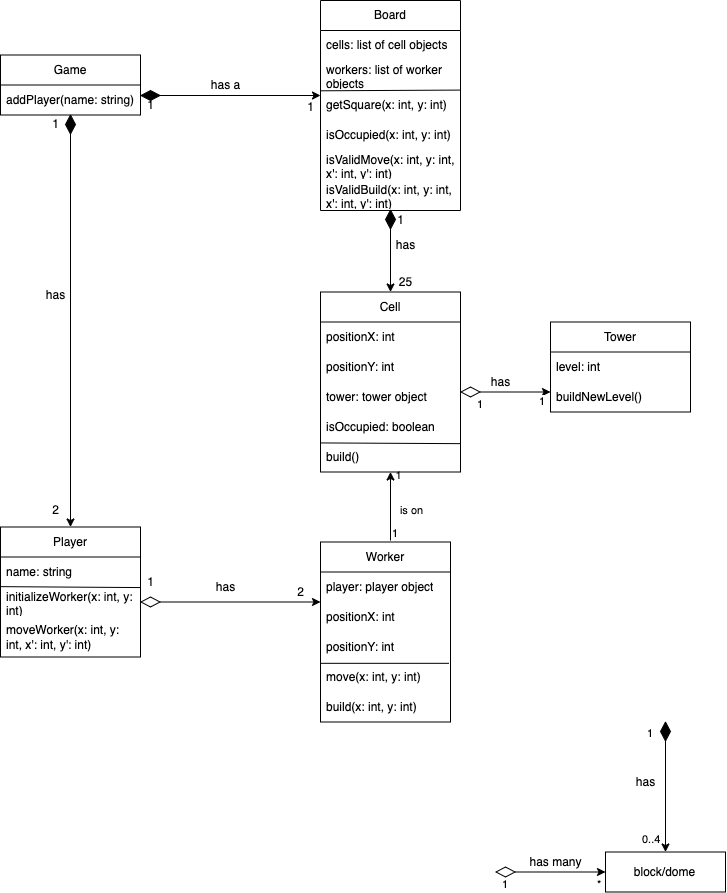
This is Object diagram.drawio.png from RozayC/test, a draw.io export, as it was before one commit. Source tidied: cells renumbered, new cells last; positions are measured from the earlier drawing's top-left corner, leaving out a move shared by most shapes. Its diagram source:
```xml
<mxGraphModel>
  <root>
    <mxCell id="0" />
    <mxCell id="1" parent="0" />
    <mxCell id="2" style="endArrow=none;html=1;rounded=0;startArrow=none;" parent="1" edge="1">
      <mxGeometry relative="1" as="geometry">
        <mxPoint x="380" y="430.5" as="sourcePoint" />
        <mxPoint x="380" y="431.5" as="targetPoint" />
      </mxGeometry>
    </mxCell>
    <mxCell id="3" value="has a" style="text;html=1;align=center;verticalAlign=middle;fillColor=none;strokeColor=none;rounded=0;" parent="1" vertex="1">
      <mxGeometry x="200" y="70" width="50" height="30" as="geometry" />
    </mxCell>
    <mxCell id="4" value="has" style="text;html=1;align=center;verticalAlign=middle;fillColor=none;strokeColor=none;rounded=0;" parent="1" vertex="1">
      <mxGeometry x="385" y="229.5" width="40" height="30" as="geometry" />
    </mxCell>
    <mxCell id="5" value="has" style="text;html=1;align=center;verticalAlign=middle;fillColor=none;strokeColor=none;rounded=0;" parent="1" vertex="1">
      <mxGeometry x="205" y="571.5" width="40" height="30" as="geometry" />
    </mxCell>
    <mxCell id="6" value="has" style="text;html=1;align=center;verticalAlign=middle;fillColor=none;strokeColor=none;rounded=0;" parent="1" vertex="1">
      <mxGeometry x="35" y="279.5" width="40" height="30" as="geometry" />
    </mxCell>
    <mxCell id="7" value="1" style="text;html=1;align=center;verticalAlign=middle;fillColor=none;strokeColor=none;rounded=0;" parent="1" vertex="1">
      <mxGeometry x="45" y="113.5" width="20" height="20" as="geometry" />
    </mxCell>
    <mxCell id="8" value="2" style="text;html=1;align=center;verticalAlign=middle;fillColor=none;strokeColor=none;rounded=0;" parent="1" vertex="1">
      <mxGeometry x="45" y="500" width="20" height="20" as="geometry" />
    </mxCell>
    <mxCell id="9" value="1" style="text;html=1;align=center;verticalAlign=middle;fillColor=none;strokeColor=none;rounded=0;" parent="1" vertex="1">
      <mxGeometry x="140" y="572" width="20" height="20" as="geometry" />
    </mxCell>
    <mxCell id="10" value="2" style="text;html=1;align=center;verticalAlign=middle;fillColor=none;strokeColor=none;rounded=0;" parent="1" vertex="1">
      <mxGeometry x="290" y="581.5" width="20" height="20" as="geometry" />
    </mxCell>
    <mxCell id="11" value="1" style="text;html=1;align=center;verticalAlign=middle;fillColor=none;strokeColor=none;rounded=0;" parent="1" vertex="1">
      <mxGeometry x="390" y="209.5" width="20" height="20" as="geometry" />
    </mxCell>
    <mxCell id="12" value="25" style="text;html=1;align=center;verticalAlign=middle;fillColor=none;strokeColor=none;rounded=0;" parent="1" vertex="1">
      <mxGeometry x="390" y="271.5" width="30" height="20" as="geometry" />
    </mxCell>
    <mxCell id="13" value="1" style="text;html=1;align=center;verticalAlign=middle;fillColor=none;strokeColor=none;rounded=0;" parent="1" vertex="1">
      <mxGeometry x="140" y="95" width="20" height="20" as="geometry" />
    </mxCell>
    <mxCell id="14" value="1" style="text;html=1;align=center;verticalAlign=middle;fillColor=none;strokeColor=none;rounded=0;" parent="1" vertex="1">
      <mxGeometry x="300" y="97" width="20" height="20" as="geometry" />
    </mxCell>
    <mxCell id="15" style="endArrow=classic;html=1;rounded=0;" parent="1" edge="1" target="66">
      <mxGeometry relative="1" as="geometry">
        <mxPoint x="390" y="540" as="sourcePoint" />
      </mxGeometry>
    </mxCell>
    <mxCell id="16" value="is on" style="edgeLabel;html=1;align=center;verticalAlign=middle;" parent="15" vertex="1">
      <mxGeometry relative="1" as="geometry">
        <mxPoint x="20" y="4" as="offset" />
      </mxGeometry>
    </mxCell>
    <mxCell id="17" value="1" style="edgeLabel;html=1;align=left;verticalAlign=bottom;" parent="15" vertex="1">
      <mxGeometry x="-1" relative="1" as="geometry" />
    </mxCell>
    <mxCell id="18" value="1" style="edgeLabel;html=1;align=center;verticalAlign=middle;" parent="15" vertex="1">
      <mxGeometry x="0.88" y="4" relative="1" as="geometry">
        <mxPoint x="11" as="offset" />
      </mxGeometry>
    </mxCell>
    <mxCell id="19" style="edgeStyle=orthogonalEdgeStyle;rounded=0;jettySize=auto;html=1;entryX=0.5;entryY=0;entryDx=0;entryDy=0;fontSize=12;" parent="1" edge="1" source="20" target="66">
      <mxGeometry relative="1" as="geometry" />
    </mxCell>
    <mxCell id="20" style="rhombus;whiteSpace=wrap;html=1;fillColor=#000000;" parent="1" vertex="1">
      <mxGeometry x="385" y="209.5" width="10" height="19" as="geometry" />
    </mxCell>
    <mxCell id="21" style="edgeStyle=orthogonalEdgeStyle;rounded=0;jettySize=auto;html=1;" parent="1" edge="1" source="22" target="51">
      <mxGeometry relative="1" as="geometry">
        <Array as="points">
          <mxPoint x="370" y="601.5" />
          <mxPoint x="370" y="601.5" />
        </Array>
      </mxGeometry>
    </mxCell>
    <mxCell id="22" style="rhombus;whiteSpace=wrap;html=1;fillColor=#ffffff;rotation=90;" parent="1" vertex="1">
      <mxGeometry x="145" y="592" width="10" height="19" as="geometry" />
    </mxCell>
    <mxCell id="23" style="edgeStyle=orthogonalEdgeStyle;rounded=0;jettySize=auto;html=1;fontSize=12;" parent="1" edge="1" source="24" target="46">
      <mxGeometry relative="1" as="geometry" />
    </mxCell>
    <mxCell id="24" style="rhombus;whiteSpace=wrap;html=1;fillColor=#000000;" parent="1" vertex="1">
      <mxGeometry x="65" y="114.5" width="10" height="19" as="geometry" />
    </mxCell>
    <mxCell id="25" style="edgeStyle=orthogonalEdgeStyle;rounded=0;jettySize=auto;html=1;entryX=0;entryY=0.5;entryDx=0;entryDy=0;" parent="1" edge="1" source="26">
      <mxGeometry relative="1" as="geometry">
        <mxPoint x="320" y="95" as="targetPoint" />
      </mxGeometry>
    </mxCell>
    <mxCell id="26" style="rhombus;whiteSpace=wrap;html=1;fillColor=#000000;rotation=90;" parent="1" vertex="1">
      <mxGeometry x="145" y="85.5" width="10" height="19" as="geometry" />
    </mxCell>
    <mxCell id="27" style="edgeStyle=orthogonalEdgeStyle;rounded=0;jettySize=auto;html=1;entryX=0;entryY=0.5;entryDx=0;entryDy=0;" parent="1" edge="1" source="28">
      <mxGeometry relative="1" as="geometry">
        <mxPoint x="550" y="391.5" as="targetPoint" />
      </mxGeometry>
    </mxCell>
    <mxCell id="28" style="rhombus;whiteSpace=wrap;html=1;fillColor=#ffffff;rotation=90;" parent="1" vertex="1">
      <mxGeometry x="465" y="382" width="10" height="19" as="geometry" />
    </mxCell>
    <mxCell id="29" value="has" style="text;html=1;align=center;verticalAlign=middle;fillColor=none;strokeColor=none;rounded=0;" parent="1" vertex="1">
      <mxGeometry x="480" y="366.5" width="40" height="30" as="geometry" />
    </mxCell>
    <mxCell id="30" value="1" style="edgeLabel;html=1;align=left;verticalAlign=bottom;" parent="1" vertex="1">
      <mxGeometry x="475" y="411.5" as="geometry" />
    </mxCell>
    <mxCell id="31" value="1" style="edgeLabel;html=1;align=left;verticalAlign=bottom;" parent="1" vertex="1">
      <mxGeometry x="596" y="711" as="geometry">
        <mxPoint x="-59" y="-303" as="offset" />
      </mxGeometry>
    </mxCell>
    <mxCell id="32" style="edgeStyle=orthogonalEdgeStyle;rounded=0;jettySize=auto;html=1;entryX=0;entryY=0.5;entryDx=0;entryDy=0;" parent="1" edge="1" source="33" target="34">
      <mxGeometry relative="1" as="geometry" />
    </mxCell>
    <mxCell id="33" style="rhombus;whiteSpace=wrap;html=1;fillColor=#ffffff;rotation=90;" parent="1" vertex="1">
      <mxGeometry x="500" y="862" width="10" height="19" as="geometry" />
    </mxCell>
    <mxCell id="34" style="swimlane;startSize=0;" parent="1" vertex="1">
      <mxGeometry x="605" y="851.5" width="120" height="40" as="geometry" />
    </mxCell>
    <mxCell id="35" value="block/dome" style="text;html=1;align=center;verticalAlign=middle;strokeColor=none;fillColor=none;" parent="34" vertex="1">
      <mxGeometry x="19" y="5" width="80" height="30" as="geometry" />
    </mxCell>
    <mxCell id="36" value="has many" style="text;html=1;align=center;verticalAlign=middle;fillColor=none;strokeColor=none;rounded=0;" parent="1" vertex="1">
      <mxGeometry x="515" y="846.5" width="80" height="30" as="geometry" />
    </mxCell>
    <mxCell id="37" value="1" style="edgeLabel;html=1;align=left;verticalAlign=bottom;" parent="1" vertex="1">
      <mxGeometry x="500" y="891.5" as="geometry" />
    </mxCell>
    <mxCell id="38" value="*" style="edgeLabel;html=1;align=left;verticalAlign=bottom;" parent="1" vertex="1">
      <mxGeometry x="595" y="891.5" as="geometry" />
    </mxCell>
    <mxCell id="39" style="edgeStyle=orthogonalEdgeStyle;rounded=0;jettySize=auto;html=1;entryX=0.5;entryY=0;entryDx=0;entryDy=0;" parent="1" edge="1" source="40" target="34">
      <mxGeometry relative="1" as="geometry" />
    </mxCell>
    <mxCell id="40" style="rhombus;whiteSpace=wrap;html=1;fillColor=#000000;" parent="1" vertex="1">
      <mxGeometry x="660" y="721.5" width="10" height="19" as="geometry" />
    </mxCell>
    <mxCell id="41" value="1" style="edgeLabel;html=1;align=left;verticalAlign=bottom;" parent="1" vertex="1">
      <mxGeometry x="645" y="740.5" as="geometry" />
    </mxCell>
    <mxCell id="42" value="0..4" style="edgeLabel;html=1;align=left;verticalAlign=bottom;" parent="1" vertex="1">
      <mxGeometry x="640" y="846.5" as="geometry" />
    </mxCell>
    <mxCell id="43" value="has" style="text;html=1;align=center;verticalAlign=middle;fillColor=none;strokeColor=none;rounded=0;" parent="1" vertex="1">
      <mxGeometry x="625" y="766.5" width="40" height="30" as="geometry" />
    </mxCell>
    <mxCell id="44" value="Game" style="swimlane;fontStyle=0;horizontal=1;startSize=30;whiteSpace=wrap;html=1;" parent="1" vertex="1">
      <mxGeometry y="54.5" width="140" height="60" as="geometry" />
    </mxCell>
    <mxCell id="45" value="addPlayer(name: string)&lt;br&gt;" style="text;strokeColor=none;fillColor=none;align=left;verticalAlign=middle;spacingLeft=4;spacingRight=4;overflow=hidden;whiteSpace=wrap;html=1;" parent="44" vertex="1">
      <mxGeometry y="30" width="140" height="30" as="geometry" />
    </mxCell>
    <mxCell id="46" value="Player" style="swimlane;fontStyle=0;horizontal=1;startSize=30;whiteSpace=wrap;html=1;fontSize=12;" parent="1" vertex="1">
      <mxGeometry y="526.5" width="140" height="130" as="geometry" />
    </mxCell>
    <mxCell id="47" value="name: string" style="text;strokeColor=none;fillColor=none;align=left;verticalAlign=middle;spacingLeft=4;spacingRight=4;overflow=hidden;points=[[0,0.5],[1,0.5]];portConstraint=eastwest;whiteSpace=wrap;html=1;fontSize=12;" parent="46" vertex="1">
      <mxGeometry y="30" width="140" height="30" as="geometry" />
    </mxCell>
    <mxCell id="48" value="initializeWorker(x: int, y: int)" style="text;strokeColor=none;fillColor=none;align=left;verticalAlign=middle;spacingLeft=4;spacingRight=4;overflow=hidden;points=[[0,0.5],[1,0.5]];portConstraint=eastwest;whiteSpace=wrap;html=1;fontSize=12;" parent="46" vertex="1">
      <mxGeometry y="60" width="140" height="30" as="geometry" />
    </mxCell>
    <mxCell id="49" value="moveWorker(x: int, y: int, x': int, y': int)" style="text;strokeColor=none;fillColor=none;align=left;verticalAlign=middle;spacingLeft=4;spacingRight=4;overflow=hidden;whiteSpace=wrap;html=1;fontSize=12;" parent="46" vertex="1">
      <mxGeometry y="90" width="140" height="40" as="geometry" />
    </mxCell>
    <mxCell id="50" style="endArrow=none;html=1;rounded=0;fontSize=12;exitX=-0.003;exitY=-0.012;exitDx=0;exitDy=0;exitPerimeter=0;entryX=0.997;entryY=1.019;entryDx=0;entryDy=0;entryPerimeter=0;" parent="46" edge="1" source="48" target="47">
      <mxGeometry relative="1" as="geometry" />
    </mxCell>
    <mxCell id="51" value="Worker" style="swimlane;fontStyle=0;horizontal=1;startSize=30;whiteSpace=wrap;html=1;fontSize=12;" parent="1" vertex="1">
      <mxGeometry x="320" y="541.5" width="130" height="180" as="geometry" />
    </mxCell>
    <mxCell id="52" value="player: player object" style="text;strokeColor=none;fillColor=none;align=left;verticalAlign=middle;spacingLeft=4;spacingRight=4;overflow=hidden;whiteSpace=wrap;html=1;fontSize=12;" parent="51" vertex="1">
      <mxGeometry y="30" width="130" height="30" as="geometry" />
    </mxCell>
    <mxCell id="53" value="positionX: int" style="text;strokeColor=none;fillColor=none;align=left;verticalAlign=middle;spacingLeft=4;spacingRight=4;overflow=hidden;whiteSpace=wrap;html=1;fontSize=12;" parent="51" vertex="1">
      <mxGeometry y="60" width="130" height="30" as="geometry" />
    </mxCell>
    <mxCell id="54" value="positionY: int" style="text;strokeColor=none;fillColor=none;align=left;verticalAlign=middle;spacingLeft=4;spacingRight=4;overflow=hidden;whiteSpace=wrap;html=1;fontSize=12;" parent="51" vertex="1">
      <mxGeometry y="90" width="130" height="30" as="geometry" />
    </mxCell>
    <mxCell id="55" value="move(x: int, y: int)" style="text;strokeColor=none;fillColor=none;align=left;verticalAlign=middle;spacingLeft=4;spacingRight=4;overflow=hidden;points=[[0,0.5],[1,0.5]];portConstraint=eastwest;whiteSpace=wrap;html=1;fontSize=12;" parent="51" vertex="1">
      <mxGeometry y="120" width="130" height="30" as="geometry" />
    </mxCell>
    <mxCell id="56" value="build(x: int, y: int)" style="text;strokeColor=none;fillColor=none;align=left;verticalAlign=middle;spacingLeft=4;spacingRight=4;overflow=hidden;whiteSpace=wrap;html=1;fontSize=12;" parent="51" vertex="1">
      <mxGeometry y="150" width="130" height="30" as="geometry" />
    </mxCell>
    <mxCell id="57" style="endArrow=none;html=1;rounded=0;fontSize=12;exitX=0.003;exitY=0.044;exitDx=0;exitDy=0;exitPerimeter=0;entryX=0.988;entryY=0.044;entryDx=0;entryDy=0;entryPerimeter=0;" parent="51" edge="1" source="55" target="55">
      <mxGeometry relative="1" as="geometry" />
    </mxCell>
    <mxCell id="58" value="Board" style="swimlane;fontStyle=0;horizontal=1;startSize=30;whiteSpace=wrap;html=1;fontSize=12;" parent="1" vertex="1">
      <mxGeometry x="320" width="140" height="210" as="geometry" />
    </mxCell>
    <mxCell id="59" value="cells: list of cell objects" style="text;strokeColor=none;fillColor=none;align=left;verticalAlign=middle;spacingLeft=4;spacingRight=4;overflow=hidden;whiteSpace=wrap;html=1;fontSize=12;" parent="58" vertex="1">
      <mxGeometry y="30" width="140" height="30" as="geometry" />
    </mxCell>
    <mxCell id="60" value="workers: list of worker objects" style="text;strokeColor=none;fillColor=none;align=left;verticalAlign=middle;spacingLeft=4;spacingRight=4;overflow=hidden;whiteSpace=wrap;html=1;fontSize=12;" parent="58" vertex="1">
      <mxGeometry y="60" width="140" height="30" as="geometry" />
    </mxCell>
    <mxCell id="61" value="getSquare(x: int, y: int)" style="text;strokeColor=none;fillColor=none;align=left;verticalAlign=middle;spacingLeft=4;spacingRight=4;overflow=hidden;points=[[0,0.5],[1,0.5]];portConstraint=eastwest;whiteSpace=wrap;html=1;fontSize=12;" parent="58" vertex="1">
      <mxGeometry y="90" width="140" height="30" as="geometry" />
    </mxCell>
    <mxCell id="62" value="isOccupied(x: int, y: int)" style="text;strokeColor=none;fillColor=none;align=left;verticalAlign=middle;spacingLeft=4;spacingRight=4;overflow=hidden;whiteSpace=wrap;html=1;fontSize=12;" parent="58" vertex="1">
      <mxGeometry y="120" width="140" height="30" as="geometry" />
    </mxCell>
    <mxCell id="63" value="isValidMove(x: int, y: int, x': int, y': int)" style="text;strokeColor=none;fillColor=none;align=left;verticalAlign=middle;spacingLeft=4;spacingRight=4;overflow=hidden;whiteSpace=wrap;html=1;fontSize=12;" parent="58" vertex="1">
      <mxGeometry y="150" width="140" height="30" as="geometry" />
    </mxCell>
    <mxCell id="64" value="isValidBuild(x: int, y: int, x': int, y': int)" style="text;strokeColor=none;fillColor=none;align=left;verticalAlign=middle;spacingLeft=4;spacingRight=4;overflow=hidden;whiteSpace=wrap;html=1;fontSize=12;" parent="58" vertex="1">
      <mxGeometry y="180" width="140" height="30" as="geometry" />
    </mxCell>
    <mxCell id="65" style="endArrow=none;html=1;rounded=0;fontSize=12;entryX=0.997;entryY=-0.014;entryDx=0;entryDy=0;entryPerimeter=0;exitX=-0.003;exitY=0.01;exitDx=0;exitDy=0;exitPerimeter=0;" parent="58" edge="1" source="61" target="61">
      <mxGeometry relative="1" as="geometry" />
    </mxCell>
    <mxCell id="66" value="Cell" style="swimlane;fontStyle=0;horizontal=1;startSize=30;whiteSpace=wrap;html=1;fontSize=12;" parent="1" vertex="1">
      <mxGeometry x="320" y="291.5" width="140" height="180" as="geometry" />
    </mxCell>
    <mxCell id="67" value="positionX: int" style="text;strokeColor=none;fillColor=none;align=left;verticalAlign=middle;spacingLeft=4;spacingRight=4;overflow=hidden;whiteSpace=wrap;html=1;fontSize=12;" parent="66" vertex="1">
      <mxGeometry y="30" width="140" height="30" as="geometry" />
    </mxCell>
    <mxCell id="68" value="positionY: int" style="text;strokeColor=none;fillColor=none;align=left;verticalAlign=middle;spacingLeft=4;spacingRight=4;overflow=hidden;whiteSpace=wrap;html=1;fontSize=12;" parent="66" vertex="1">
      <mxGeometry y="60" width="140" height="30" as="geometry" />
    </mxCell>
    <mxCell id="69" value="tower: tower object" style="text;strokeColor=none;fillColor=none;align=left;verticalAlign=middle;spacingLeft=4;spacingRight=4;overflow=hidden;whiteSpace=wrap;html=1;fontSize=12;" parent="66" vertex="1">
      <mxGeometry y="90" width="140" height="30" as="geometry" />
    </mxCell>
    <mxCell id="70" value="isOccupied: boolean" style="text;strokeColor=none;fillColor=none;align=left;verticalAlign=middle;spacingLeft=4;spacingRight=4;overflow=hidden;whiteSpace=wrap;html=1;fontSize=12;" parent="66" vertex="1">
      <mxGeometry y="120" width="140" height="30" as="geometry" />
    </mxCell>
    <mxCell id="71" value="build()" style="text;strokeColor=none;fillColor=none;align=left;verticalAlign=middle;spacingLeft=4;spacingRight=4;overflow=hidden;points=[[0,0.5],[1,0.5]];portConstraint=eastwest;whiteSpace=wrap;html=1;fontSize=12;" parent="66" vertex="1">
      <mxGeometry y="150" width="140" height="30" as="geometry" />
    </mxCell>
    <mxCell id="72" style="endArrow=none;html=1;rounded=0;fontSize=12;exitX=0.002;exitY=0.031;exitDx=0;exitDy=0;exitPerimeter=0;entryX=1.002;entryY=0.055;entryDx=0;entryDy=0;entryPerimeter=0;" parent="66" edge="1" source="71" target="71">
      <mxGeometry relative="1" as="geometry" />
    </mxCell>
    <mxCell id="73" value="Tower" style="swimlane;fontStyle=0;horizontal=1;startSize=30;whiteSpace=wrap;html=1;fontSize=12;" parent="1" vertex="1">
      <mxGeometry x="550" y="321.5" width="140" height="90" as="geometry" />
    </mxCell>
    <mxCell id="74" value="level: int" style="text;strokeColor=none;fillColor=none;align=left;verticalAlign=middle;spacingLeft=4;spacingRight=4;overflow=hidden;whiteSpace=wrap;html=1;fontSize=12;" parent="73" vertex="1">
      <mxGeometry y="30" width="140" height="30" as="geometry" />
    </mxCell>
    <mxCell id="75" value="buildNewLevel()" style="text;strokeColor=none;fillColor=none;align=left;verticalAlign=middle;spacingLeft=4;spacingRight=4;overflow=hidden;whiteSpace=wrap;html=1;fontSize=12;" parent="73" vertex="1">
      <mxGeometry y="60" width="140" height="30" as="geometry" />
    </mxCell>
  </root>
</mxGraphModel>
```
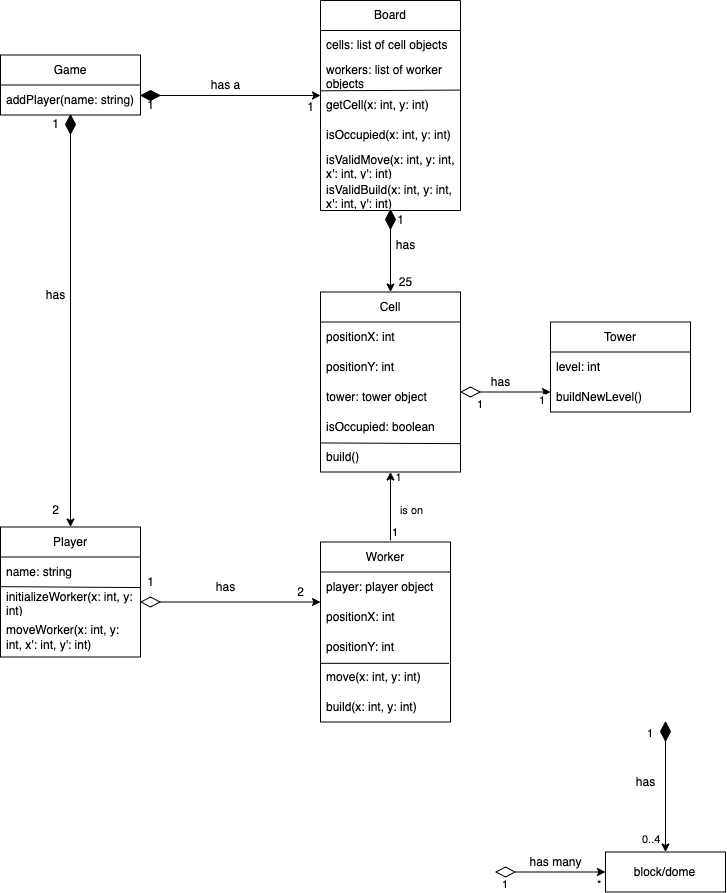
Later version of the same file.

Change to the diagram source:
```diff
@@ -199,7 +199,7 @@
     <mxCell id="60" value="workers: list of worker objects" style="text;strokeColor=none;fillColor=none;align=left;verticalAlign=middle;spacingLeft=4;spacingRight=4;overflow=hidden;whiteSpace=wrap;html=1;fontSize=12;" parent="58" vertex="1">
       <mxGeometry y="60" width="140" height="30" as="geometry" />
     </mxCell>
-    <mxCell id="61" value="getSquare(x: int, y: int)" style="text;strokeColor=none;fillColor=none;align=left;verticalAlign=middle;spacingLeft=4;spacingRight=4;overflow=hidden;points=[[0,0.5],[1,0.5]];portConstraint=eastwest;whiteSpace=wrap;html=1;fontSize=12;" parent="58" vertex="1">
+    <mxCell id="61" value="getCell(x: int, y: int)" style="text;strokeColor=none;fillColor=none;align=left;verticalAlign=middle;spacingLeft=4;spacingRight=4;overflow=hidden;points=[[0,0.5],[1,0.5]];portConstraint=eastwest;whiteSpace=wrap;html=1;fontSize=12;" parent="58" vertex="1">
       <mxGeometry y="90" width="140" height="30" as="geometry" />
     </mxCell>
     <mxCell id="62" value="isOccupied(x: int, y: int)" style="text;strokeColor=none;fillColor=none;align=left;verticalAlign=middle;spacingLeft=4;spacingRight=4;overflow=hidden;whiteSpace=wrap;html=1;fontSize=12;" parent="58" vertex="1">
```
